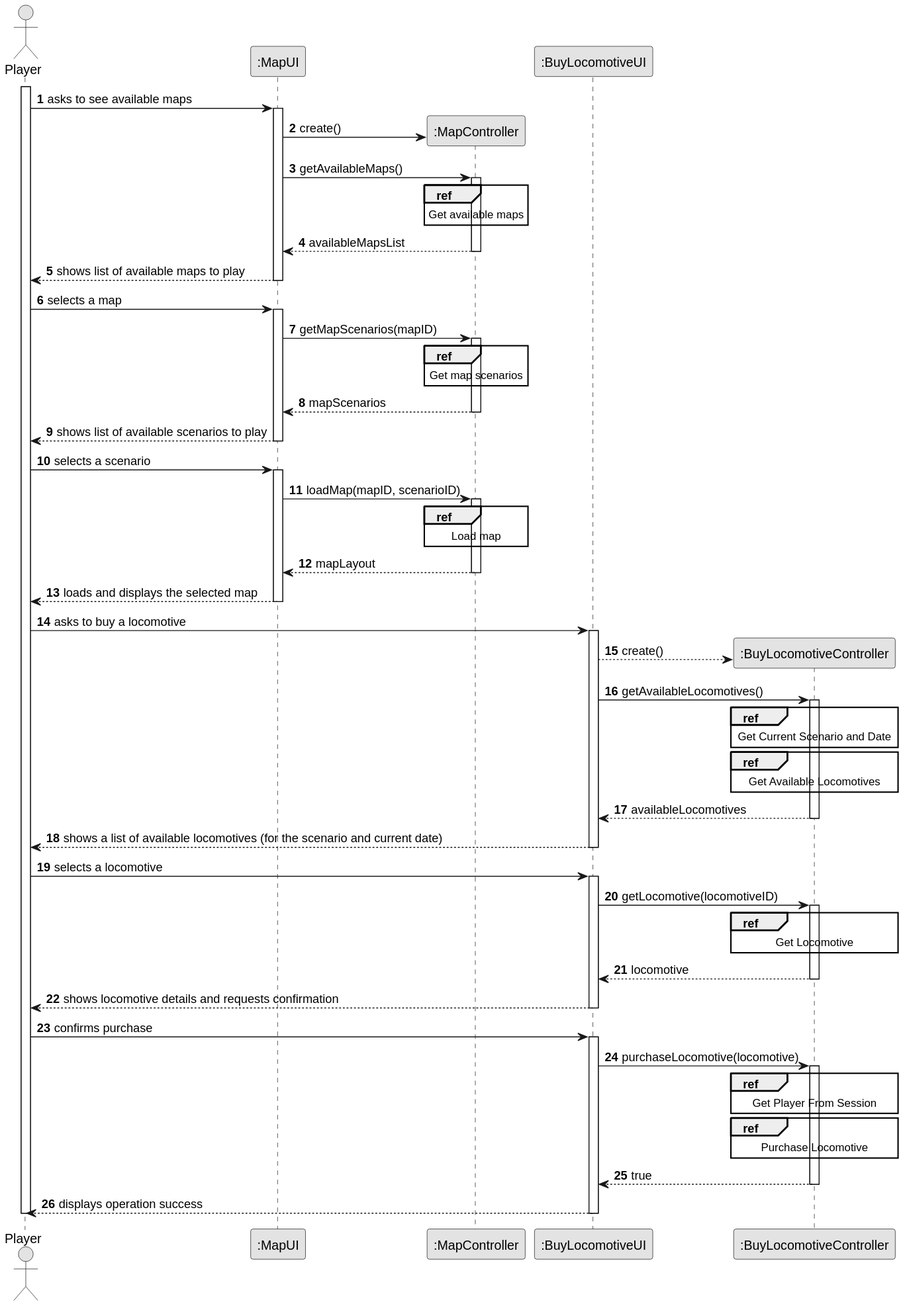
HenriqueSilva18/Railway-Network-Simulator keeps this PlantUML diagram as docs/system-documentation/Sprint 3/US09/03.design/svg/US09-SD-split.svg. Above is the earlier version.
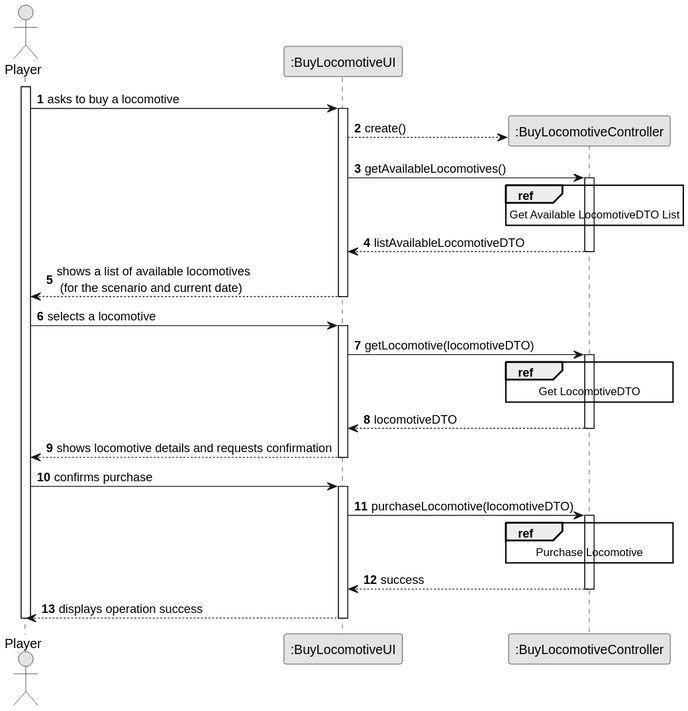
After the change.

Change to the diagram source:
```diff
@@ -6,50 +6,10 @@
 autonumber
 
 actor "Player" as PLAYER
-participant ":MapUI" as mapUI
-participant ":MapController" as mapCTRL
 participant ":BuyLocomotiveUI" as UI
 participant ":BuyLocomotiveController" as CTRL
 
 activate PLAYER
-
-    PLAYER -> mapUI: asks to see available maps
-        activate mapUI
-        mapUI -> mapCTRL**: create()
-        mapUI -> mapCTRL: getAvailableMaps()
-            activate mapCTRL
-                ref over mapCTRL
-                    Get available maps
-                end
-            mapCTRL --> mapUI: availableMapsList
-            deactivate mapCTRL
-        mapUI --> PLAYER: shows list of available maps to play
-        deactivate mapUI
-
-    PLAYER -> mapUI: selects a map
-        activate mapUI
-        mapUI -> mapCTRL: getMapScenarios(mapID)
-            activate mapCTRL
-                ref over mapCTRL
-                    Get map scenarios
-                end
-            mapCTRL --> mapUI: mapScenarios
-            deactivate mapCTRL
-        mapUI --> PLAYER: shows list of available scenarios to play
-        deactivate mapUI
-    PLAYER -> mapUI: selects a scenario
-
-        activate mapUI
-        mapUI -> mapCTRL: loadMap(mapID, scenarioID)
-            activate mapCTRL
-                ref over mapCTRL
-                    Load map
-                end
-            mapCTRL --> mapUI: mapLayout
-            deactivate mapCTRL
-        mapUI --> PLAYER: loads and displays the selected map
-        deactivate mapUI
-
 
     PLAYER -> UI : asks to buy a locomotive
     activate UI
@@ -57,30 +17,26 @@
         UI -> CTRL : getAvailableLocomotives()
 
         ref over CTRL
-            Get Current Scenario and Date
-        end ref
-
-        ref over CTRL
-            Get Available Locomotives
+            Get Available LocomotiveDTO List
         end ref
 
         activate CTRL
-            CTRL --> UI : availableLocomotives
+            CTRL --> UI : listAvailableLocomotiveDTO
         deactivate CTRL
 
-        UI --> PLAYER : shows a list of available locomotives (for the scenario and current date)
+        UI --> PLAYER : shows a list of available locomotives\n (for the scenario and current date)
     deactivate UI
 
     PLAYER -> UI : selects a locomotive
     activate UI
-        UI -> CTRL : getLocomotive(locomotiveID)
+        UI -> CTRL : getLocomotive(locomotiveDTO)
 
         ref over CTRL
-            Get Locomotive
+            Get LocomotiveDTO
         end ref
 
         activate CTRL
-            CTRL --> UI : locomotive
+            CTRL --> UI : locomotiveDTO
         deactivate CTRL
 
         UI --> PLAYER : shows locomotive details and requests confirmation
@@ -88,18 +44,14 @@
 
     PLAYER -> UI : confirms purchase
     activate UI
-        UI -> CTRL : purchaseLocomotive(locomotive)
-
-        ref over CTRL
-            Get Player From Session
-        end ref
+        UI -> CTRL : purchaseLocomotive(locomotiveDTO)
 
         ref over CTRL
             Purchase Locomotive
         end ref
 
         activate CTRL
-            CTRL --> UI : true
+            CTRL --> UI : success
         deactivate CTRL
 
         UI --> PLAYER : displays operation success
```
